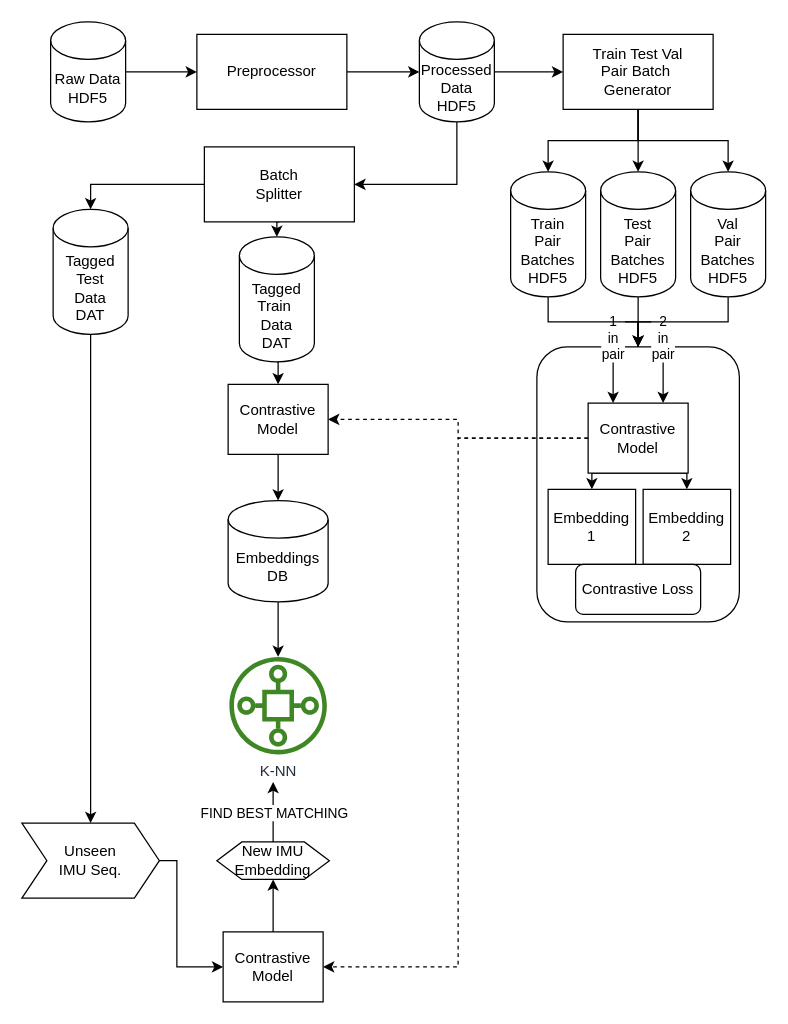
Earlier version of the draw.io diagram documents/archi_1/sample_architecture_1.drawio (FYPUoM18/fyp-retrival-based-localization). Source tidied: cells renumbered, new cells numbered last; positions are measured from the earlier drawing's top-left corner, leaving out a move shared by most shapes. Both pictures are drawn from the tidied source at 125%, with x=0, y=0 at pixel (21, 21).
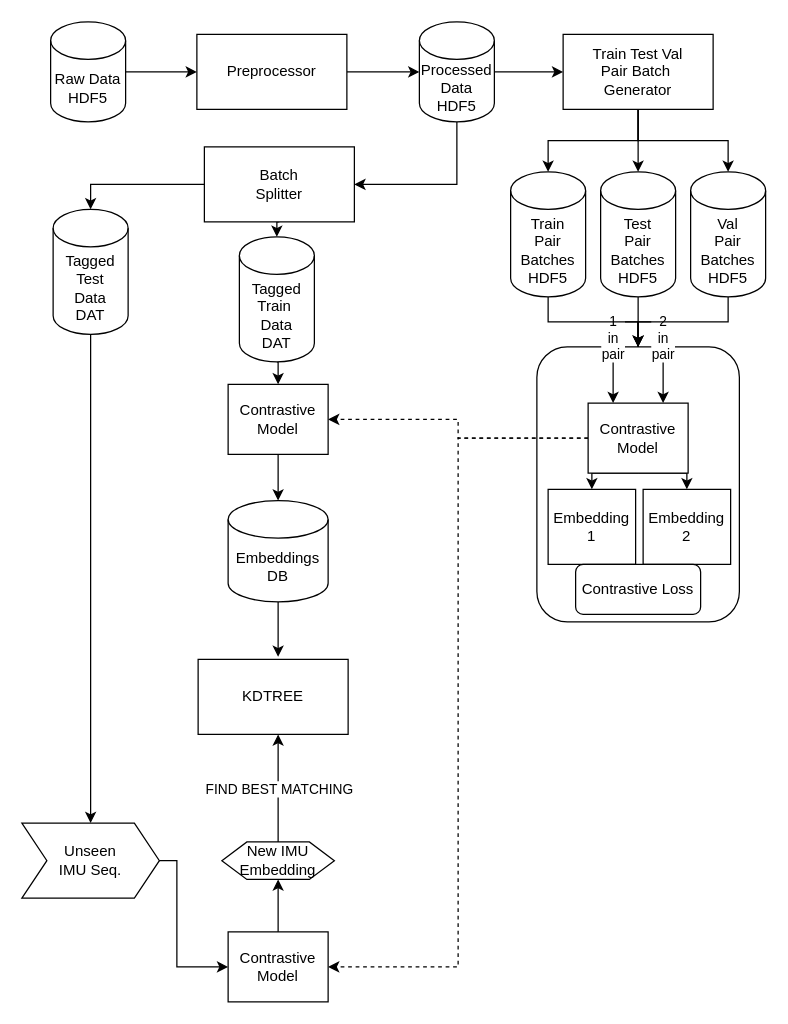
Above is the later version.

The change refers to these unchanged cells:
```xml
<mxCell id="32" value="Embeddings&lt;br&gt;DB" style="shape=cylinder3;whiteSpace=wrap;html=1;boundedLbl=1;backgroundOutline=1;size=15;" parent="1" vertex="1">
  <mxGeometry x="165" y="383" width="80" height="81" as="geometry" />
</mxCell>
```

What changed in the source:
```diff
@@
-    <mxCell id="31" style="edgeStyle=orthogonalEdgeStyle;rounded=0;jettySize=auto;html=1;" parent="1" edge="1" source="32" target="33">
-      <mxGeometry relative="1" as="geometry" />
+    <mxCell id="31" style="edgeStyle=orthogonalEdgeStyle;rounded=0;jettySize=auto;html=1;" parent="1" edge="1" source="32">
+      <mxGeometry relative="1" as="geometry">
+        <mxPoint x="205" y="508" as="targetPoint" />
+      </mxGeometry>
     </mxCell>
@@
-    <mxCell id="33" value="K-NN" style="sketch=0;outlineConnect=0;fontColor=#232F3E;gradientColor=none;fillColor=#3F8624;strokeColor=none;dashed=0;verticalLabelPosition=bottom;verticalAlign=top;align=center;html=1;fontSize=12;fontStyle=0;shape=mxgraph.aws4.iot_sitewise_asset_model;direction=south;" parent="1" vertex="1">
-      <mxGeometry x="166" y="508" width="78" height="78" as="geometry" />
-    </mxCell>
@@
     <mxCell id="38" value="Contrastive&lt;br&gt;Model" style="rounded=0;whiteSpace=wrap;html=1;" parent="1" vertex="1">
-      <mxGeometry x="161" y="728" width="80" height="56" as="geometry" />
+      <mxGeometry x="165" y="728" width="80" height="56" as="geometry" />
     </mxCell>
-    <mxCell id="39" value="FIND BEST MATCHING" style="edgeStyle=orthogonalEdgeStyle;rounded=0;jettySize=auto;html=1;exitX=0.5;exitY=0;exitDx=0;exitDy=0;" parent="1" edge="1" source="40">
+    <mxCell id="39" value="FIND BEST MATCHING" style="edgeStyle=orthogonalEdgeStyle;rounded=0;jettySize=auto;html=1;exitX=0.5;exitY=0;exitDx=0;exitDy=0;entryX=0.5;entryY=1;entryDx=0;entryDy=0;" parent="1" edge="1" source="40">
       <mxGeometry relative="1" as="geometry">
-        <mxPoint x="201" y="608" as="targetPoint" />
+        <mxPoint x="205" y="570" as="targetPoint" />
       </mxGeometry>
     </mxCell>
     <mxCell id="40" value="New IMU&lt;br&gt;Embedding" style="shape=hexagon;perimeter=hexagonPerimeter2;whiteSpace=wrap;html=1;fixedSize=1;" parent="1" vertex="1">
-      <mxGeometry x="156" y="656" width="90" height="30" as="geometry" />
+      <mxGeometry x="160" y="656" width="90" height="30" as="geometry" />
     </mxCell>
@@
+    <mxCell id="49" value="KDTREE" style="rounded=0;whiteSpace=wrap;html=1;" parent="1" vertex="1">
+      <mxGeometry x="141" y="510" width="120" height="60" as="geometry" />
+    </mxCell>
```
